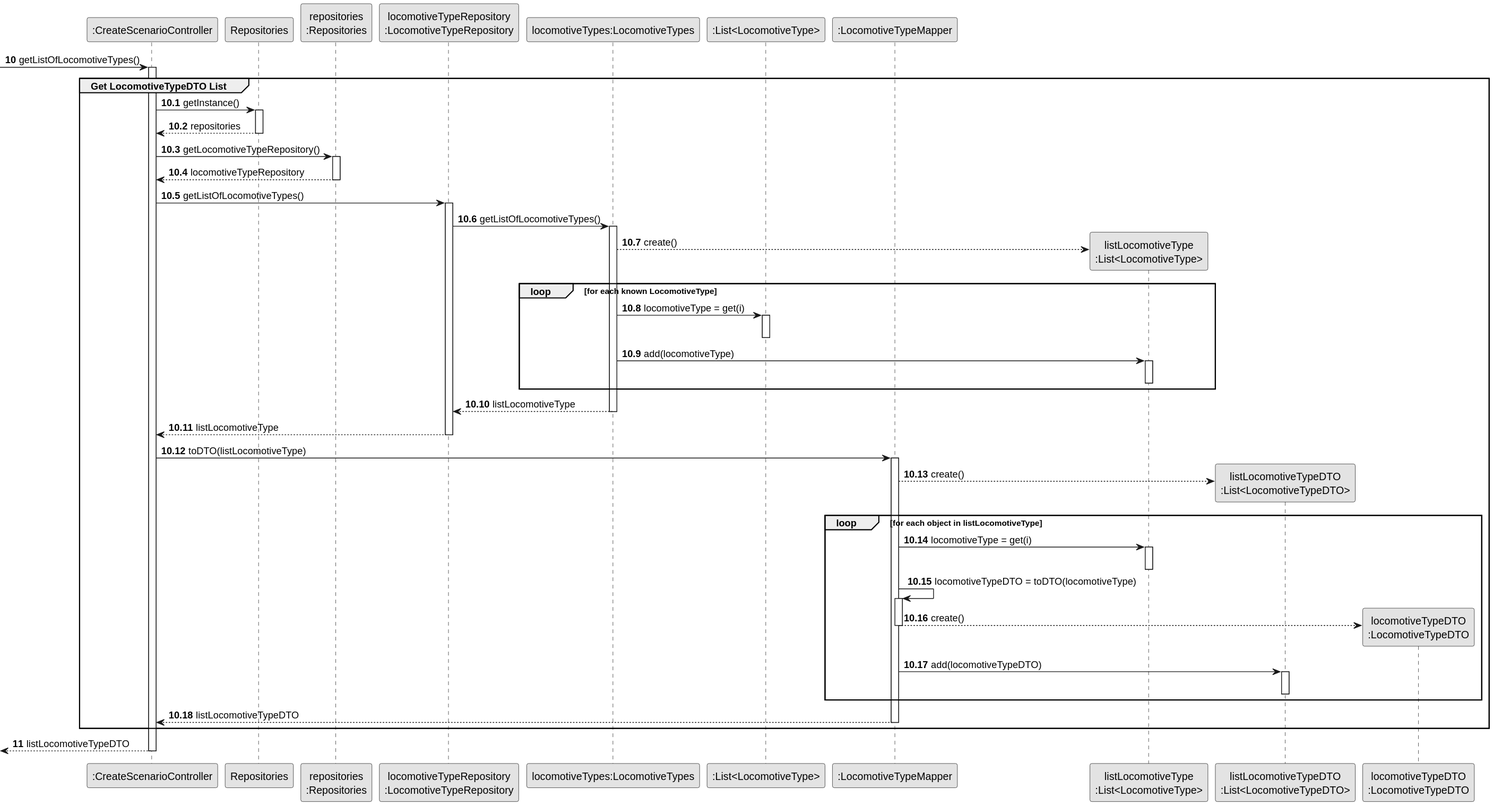
The PlantUML diagram docs/system-documentation/Sprint 3/US04/03.design/svg/US04-SD-partial-Get-LocomotiveTypeDTO-List.svg in HenriqueSilva18/Railway-Network-Simulator, before a commit. Its diagram source:
```plantuml
@startuml
skinparam monochrome true
skinparam packageStyle rectangle
skinparam shadowing false

participant ":CreateScenarioController" as CTRL
participant "Repositories" as REPOS
participant "repositories\n:Repositories" as REPOS_SINGLETON
participant "locomotiveTypeRepository\n:LocomotiveTypeRepository" as LOC_TYPE_REPO
participant "locomotiveTypes:LocomotiveTypes" as LOC_TYPES
participant ":List<LocomotiveType>" as LIST
participant ":LocomotiveTypeMapper" as LOC_TYPE_MAPPER
participant "listLocomotiveType\n:List<LocomotiveType>" as LOC_TYPE_LIST
participant "listLocomotiveTypeDTO\n:List<LocomotiveTypeDTO>" as LOC_TYPE_LIST_DTO
participant "locomotiveTypeDTO\n:LocomotiveTypeDTO" as LOC_TYPE_DTO

autonumber 10
-> CTRL: getListOfLocomotiveTypes()

autonumber 10.1
activate CTRL
    group Get LocomotiveTypeDTO List

        CTRL -> REPOS : getInstance()
        activate REPOS
            REPOS --> CTRL: repositories
        deactivate REPOS

        CTRL -> REPOS_SINGLETON: getLocomotiveTypeRepository()
        activate REPOS_SINGLETON
            REPOS_SINGLETON --> CTRL: locomotiveTypeRepository
        deactivate REPOS_SINGLETON


        CTRL -> LOC_TYPE_REPO: getListOfLocomotiveTypes()
        activate LOC_TYPE_REPO

        LOC_TYPE_REPO -> LOC_TYPES: getListOfLocomotiveTypes()
        activate LOC_TYPES


            LOC_TYPES --> LOC_TYPE_LIST**: create()

            loop for each known LocomotiveType
                LOC_TYPES -> LIST: locomotiveType = get(i)
                activate LIST
                    deactivate LIST

                LOC_TYPES -> LOC_TYPE_LIST: add(locomotiveType)
                activate LOC_TYPE_LIST
                    deactivate LOC_TYPE_LIST
            end

            LOC_TYPES --> LOC_TYPE_REPO: listLocomotiveType
            deactivate LOC_TYPES


            LOC_TYPE_REPO --> CTRL: listLocomotiveType
            deactivate LOC_TYPE_REPO

        CTRL -> LOC_TYPE_MAPPER: toDTO(listLocomotiveType)
        activate LOC_TYPE_MAPPER

            LOC_TYPE_MAPPER --> LOC_TYPE_LIST_DTO**: create()

            loop for each object in listLocomotiveType
                LOC_TYPE_MAPPER -> LOC_TYPE_LIST: locomotiveType = get(i)
                activate LOC_TYPE_LIST
                    deactivate LOC_TYPE_LIST

                LOC_TYPE_MAPPER -> LOC_TYPE_MAPPER: locomotiveTypeDTO = toDTO(locomotiveType)
                activate LOC_TYPE_MAPPER
                    LOC_TYPE_MAPPER --> LOC_TYPE_DTO**: create()
                    deactivate LOC_TYPE_MAPPER

                LOC_TYPE_MAPPER -> LOC_TYPE_LIST_DTO: add(locomotiveTypeDTO)
                activate LOC_TYPE_LIST_DTO
                    deactivate LOC_TYPE_LIST_DTO
            end

        LOC_TYPE_MAPPER --> CTRL: listLocomotiveTypeDTO
        deactivate LOC_TYPE_MAPPER

    end

    autonumber 11
    <-- CTRL : listLocomotiveTypeDTO
deactivate CTRL
@enduml
```
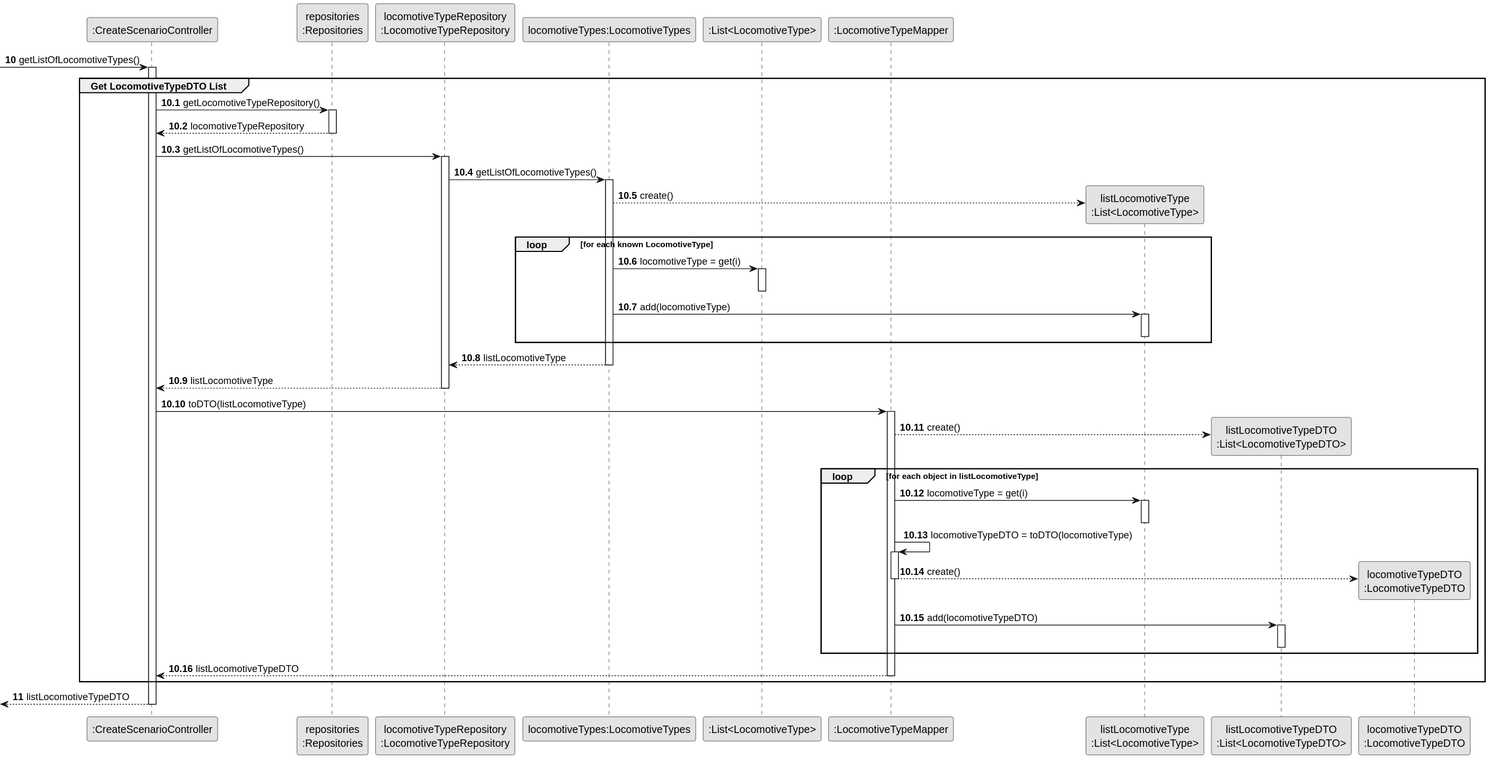
The same diagram one commit later.

What changed in the source:
```diff
@@ -4,7 +4,6 @@
 skinparam shadowing false
 
 participant ":CreateScenarioController" as CTRL
-participant "Repositories" as REPOS
 participant "repositories\n:Repositories" as REPOS_SINGLETON
 participant "locomotiveTypeRepository\n:LocomotiveTypeRepository" as LOC_TYPE_REPO
 participant "locomotiveTypes:LocomotiveTypes" as LOC_TYPES
@@ -20,11 +19,6 @@
 autonumber 10.1
 activate CTRL
     group Get LocomotiveTypeDTO List
-
-        CTRL -> REPOS : getInstance()
-        activate REPOS
-            REPOS --> CTRL: repositories
-        deactivate REPOS
 
         CTRL -> REPOS_SINGLETON: getLocomotiveTypeRepository()
         activate REPOS_SINGLETON
```
